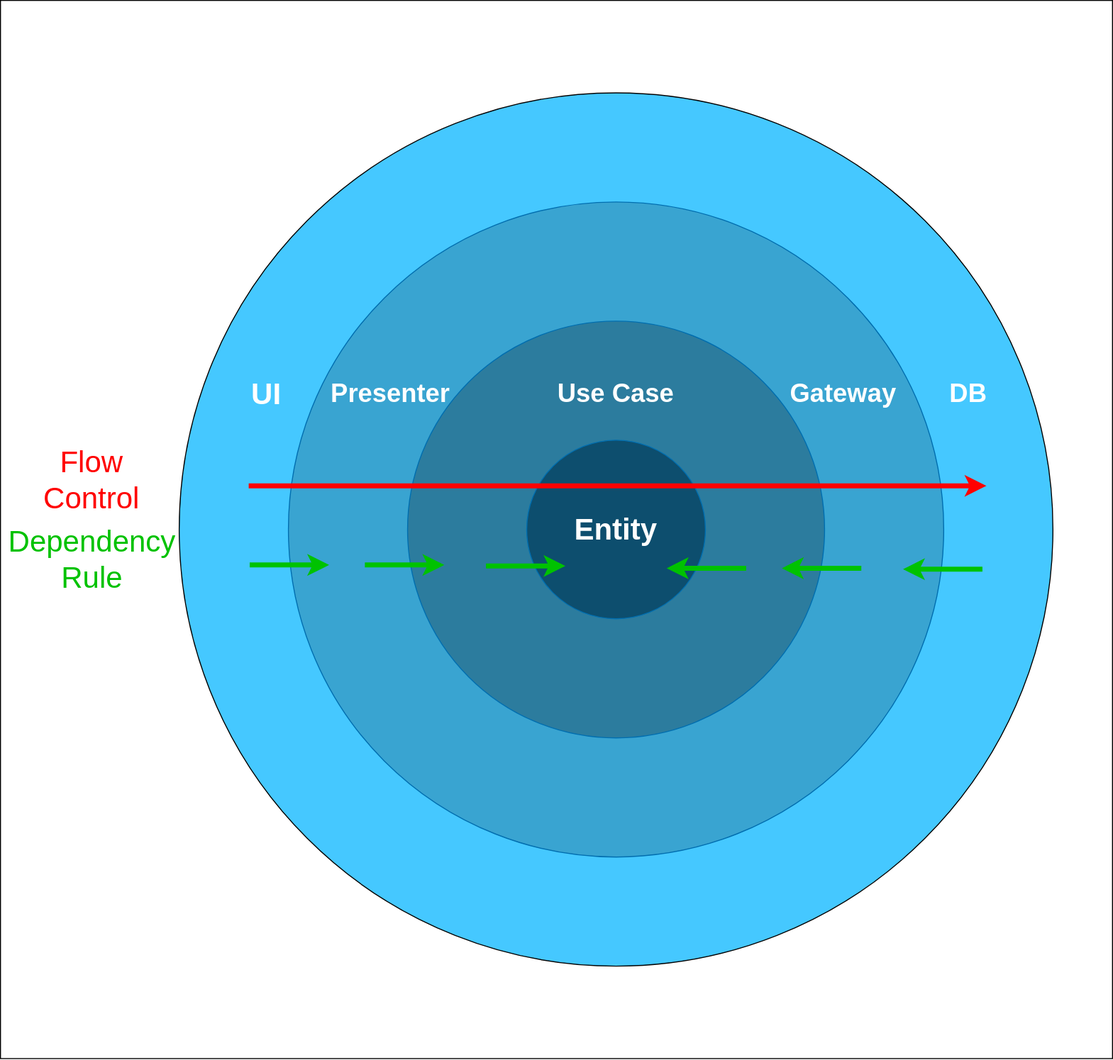
This is diagrams/images/caFlowControlDependencyRule.svg from AlexanderLapygin/dependency-inversion-slides, a draw.io export, as it was before one commit. Source tidied: cells renumbered, new cells last; positions are measured from the earlier drawing's top-left corner, leaving out a move shared by most shapes.
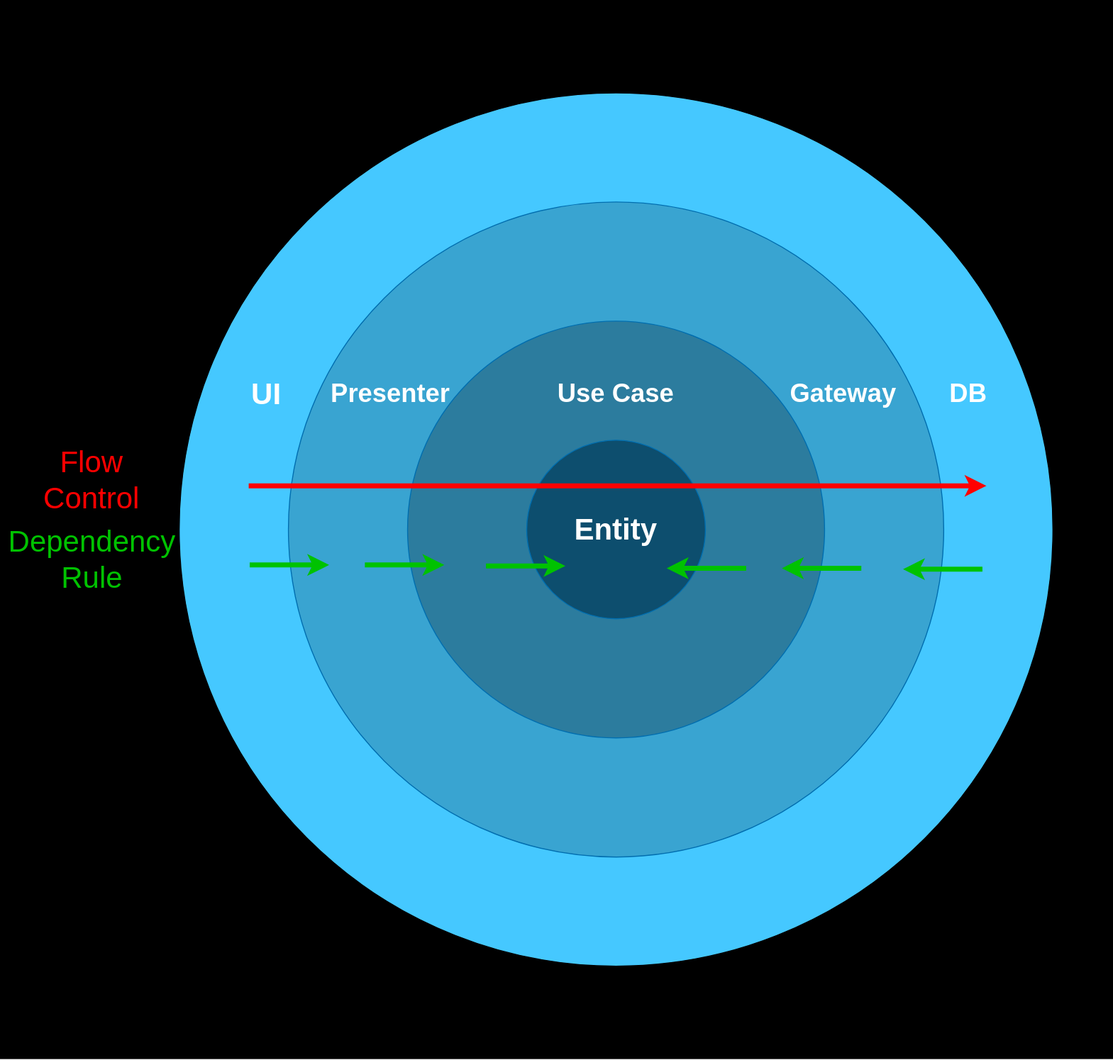
The same file after the commit.

What changed in the source:
```diff
@@ -2,7 +2,7 @@
   <root>
     <mxCell id="0" />
     <mxCell id="1" parent="0" />
-    <mxCell id="2" style="rounded=0;whiteSpace=wrap;html=1;fillColor=none;fontSize=30;fontColor=#FFFFFF;" parent="1" vertex="1">
+    <mxCell id="2" style="rounded=0;whiteSpace=wrap;html=1;fillColor=#000000;fontSize=30;fontColor=#FFFFFF;" parent="1" vertex="1">
       <mxGeometry y="-0.1" width="1120" height="1066.2" as="geometry" />
     </mxCell>
     <mxCell id="3" style="ellipse;whiteSpace=wrap;html=1;fillColor=#45C8FF;fontSize=30;labelPosition=center;verticalLabelPosition=top;align=center;verticalAlign=bottom;" parent="1" vertex="1">
```
